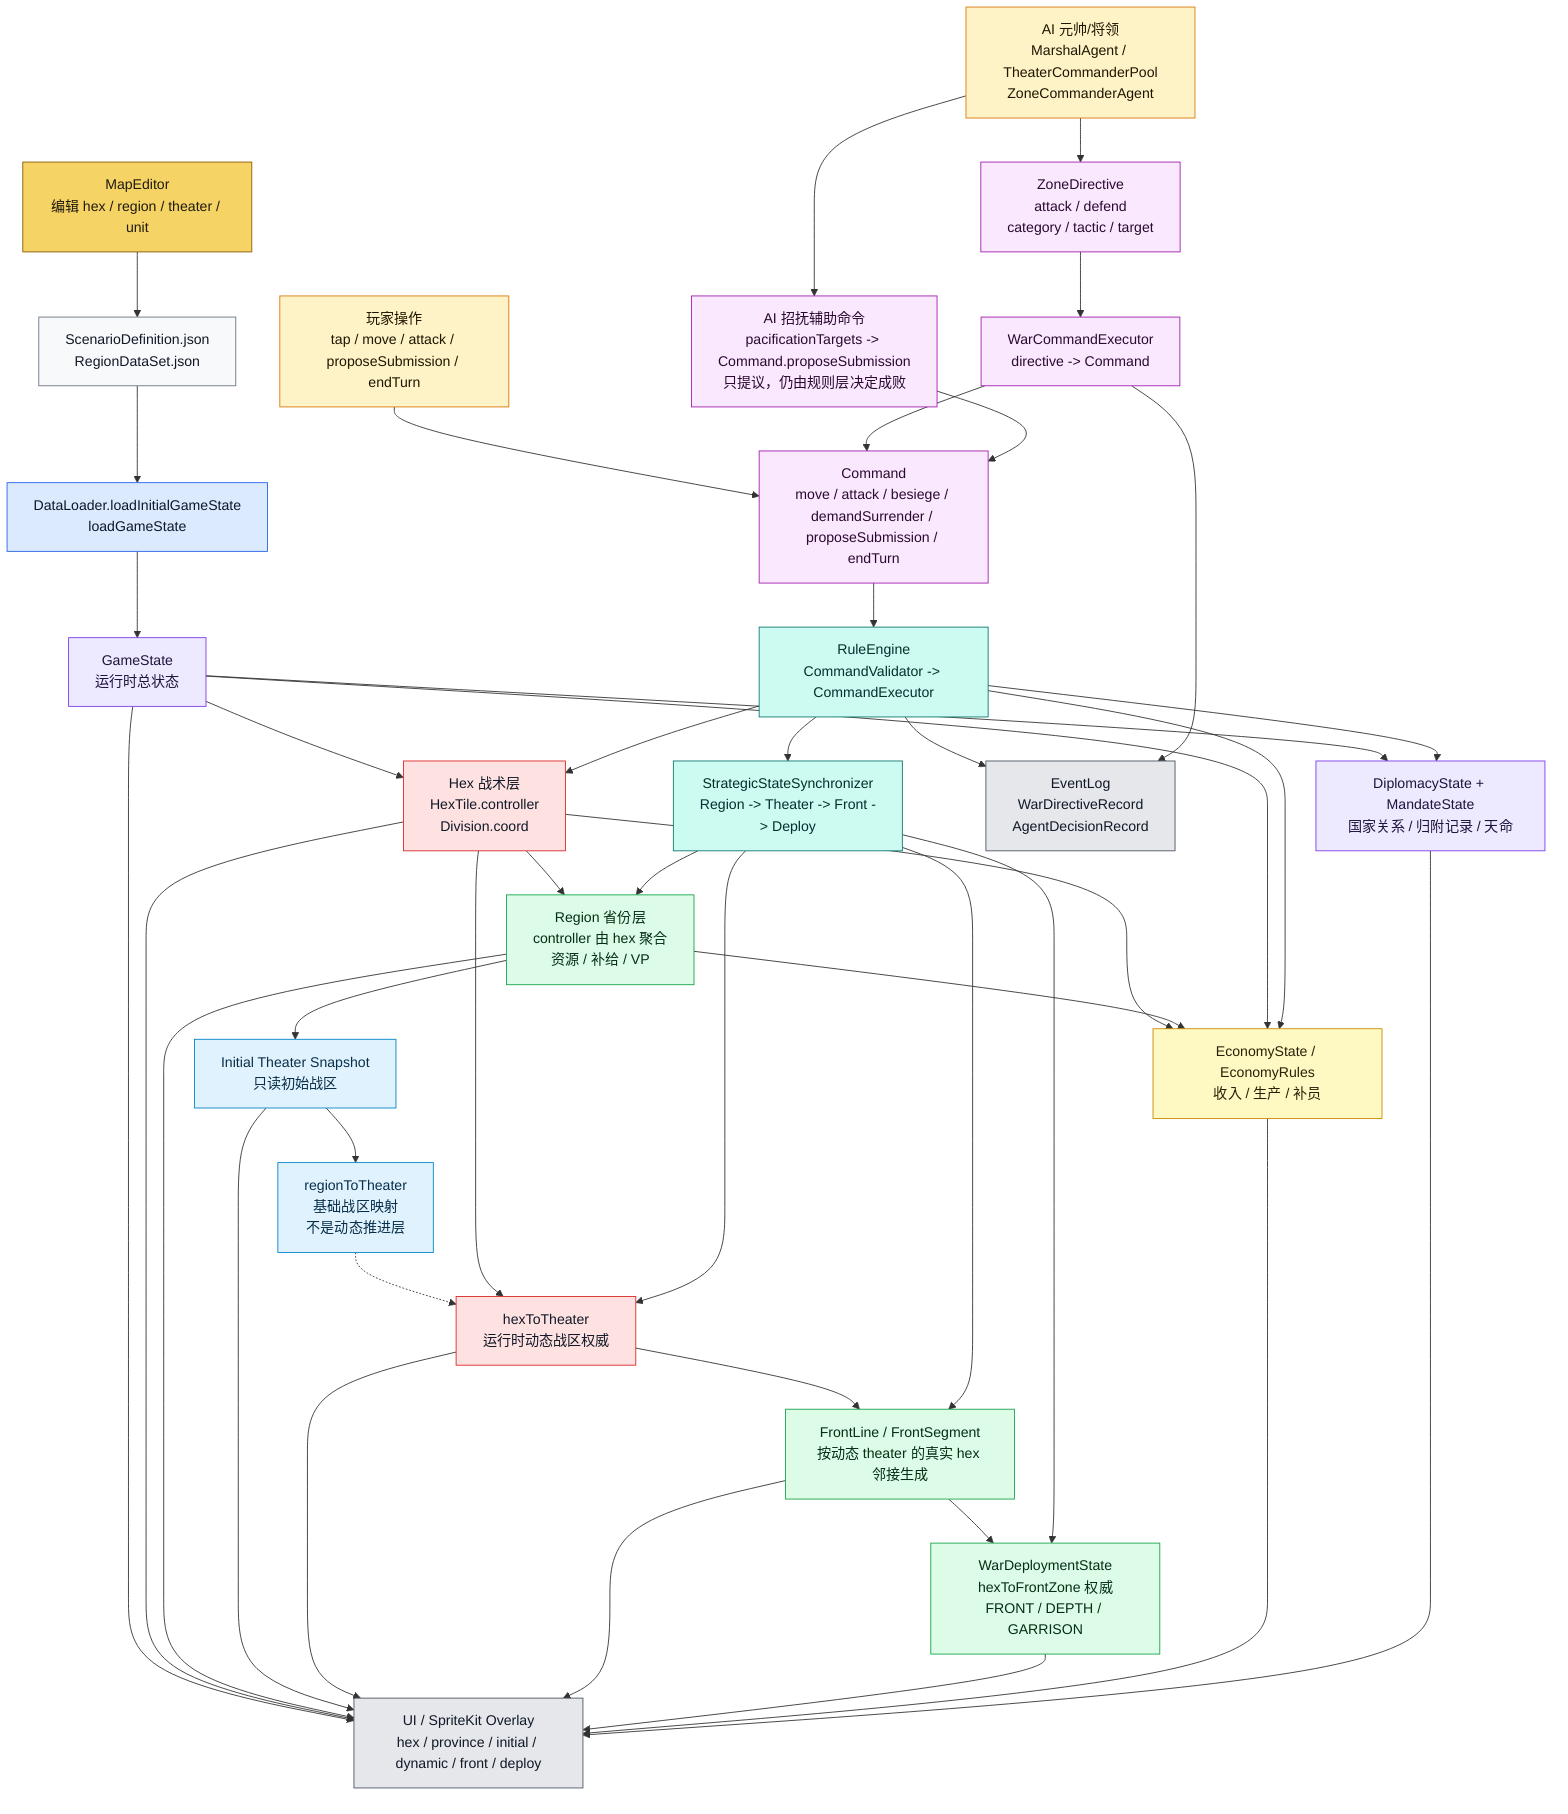
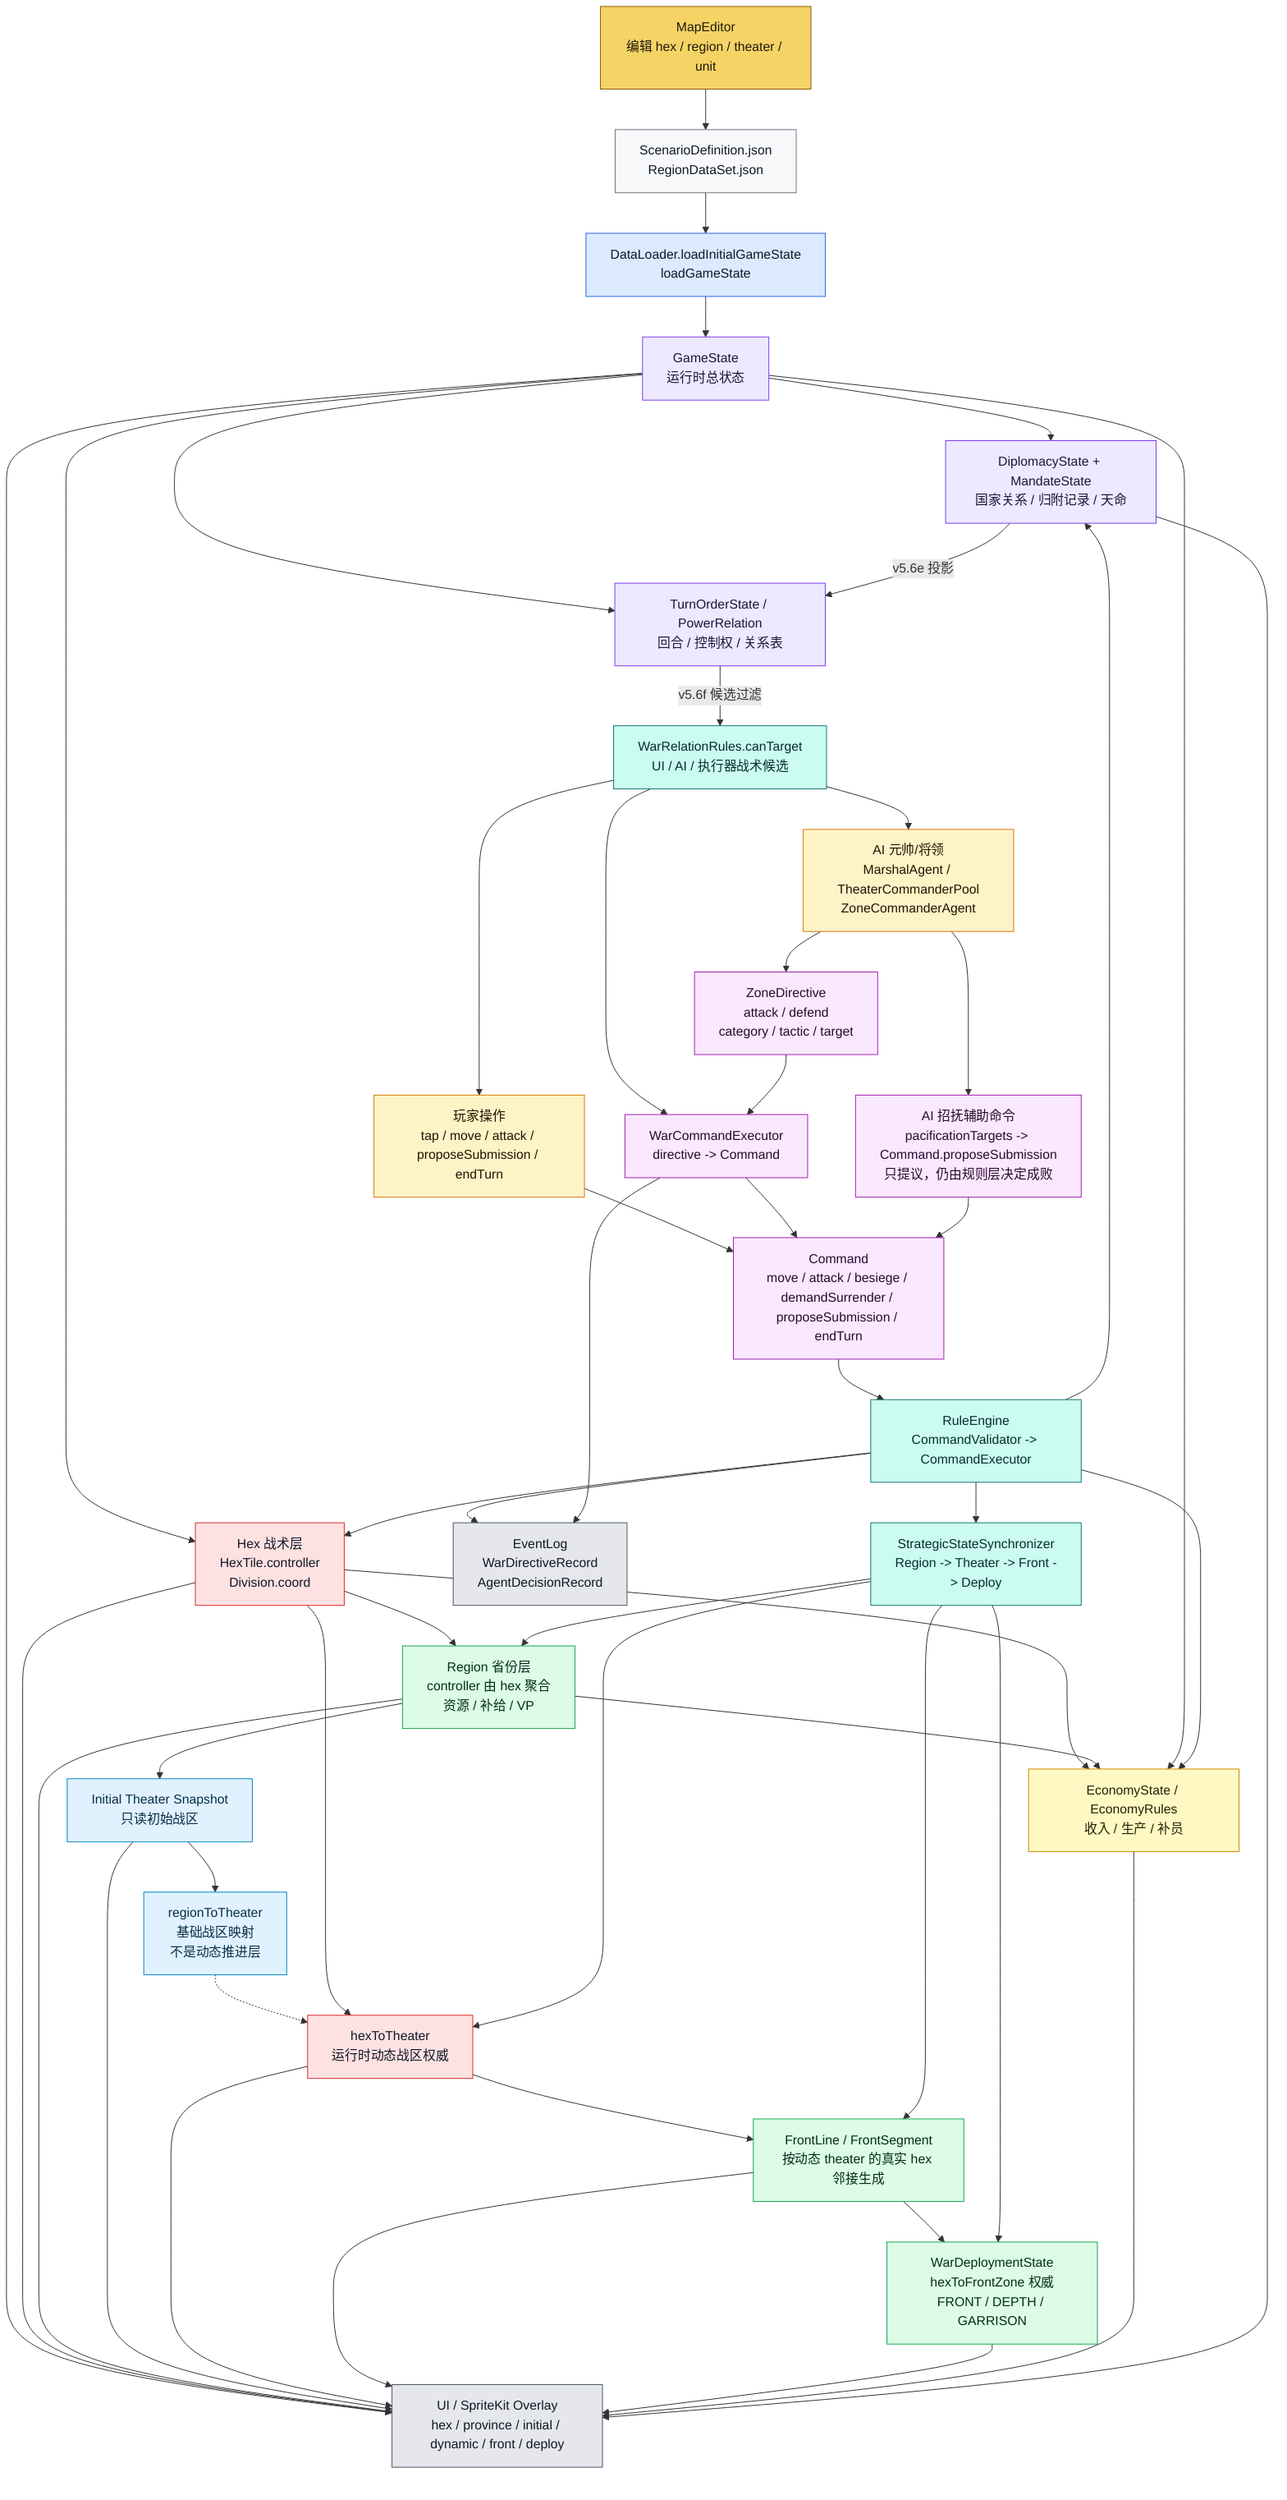
flowchart TD
    ME["MapEditor<br/>编辑 hex / region / theater / unit"]:::editor
    JSON["ScenarioDefinition.json<br/>RegionDataSet.json"]:::data
    DL["DataLoader.loadInitialGameState<br/>loadGameState"]:::loader
    GS["GameState<br/>运行时总状态"]:::state

    HEX["Hex 战术层<br/>HexTile.controller<br/>Division.coord"]:::authority
    REGION["Region 省份层<br/>controller 由 hex 聚合<br/>资源 / 补给 / VP"]:::derived
    INIT["Initial Theater Snapshot<br/>只读初始战区"]:::snapshot
    R2T["regionToTheater<br/>基础战区映射<br/>不是动态推进层"]:::snapshot
    H2T["hexToTheater<br/>运行时动态战区权威"]:::authority
    FRONT["FrontLine / FrontSegment<br/>按动态 theater 的真实 hex 邻接生成"]:::derived
    DEPLOY["WarDeploymentState<br/>hexToFrontZone 权威<br/>FRONT / DEPTH / GARRISON"]:::derived
    ECO["EconomyState / EconomyRules<br/>收入 / 生产 / 补员"]:::economy
    DIP["DiplomacyState + MandateState<br/>国家关系 / 归附记录 / 天命"]:::state
+     TURN["TurnOrderState / PowerRelation<br/>回合 / 控制权 / 关系表"]:::state
+     RELCAND["WarRelationRules.canTarget<br/>UI / AI / 执行器战术候选"]:::rules

    PLAYER["玩家操作<br/>tap / move / attack / proposeSubmission / endTurn"]:::input
    AI["AI 元帅/将领<br/>MarshalAgent / TheaterCommanderPool<br/>ZoneCommanderAgent"]:::input
    AIPAC["AI 招抚辅助命令<br/>pacificationTargets -> Command.proposeSubmission<br/>只提议，仍由规则层决定成败"]:::command
    ZD["ZoneDirective<br/>attack / defend<br/>category / tactic / target"]:::command
    WCE["WarCommandExecutor<br/>directive -> Command"]:::command
    CMD["Command<br/>move / attack / besiege / demandSurrender / proposeSubmission / endTurn"]:::command
    RE["RuleEngine<br/>CommandValidator -> CommandExecutor"]:::rules
    SYNC["StrategicStateSynchronizer<br/>Region -> Theater -> Front -> Deploy"]:::rules

    UI["UI / SpriteKit Overlay<br/>hex / province / initial / dynamic / front / deploy"]:::ui
    LOG["EventLog<br/>WarDirectiveRecord<br/>AgentDecisionRecord"]:::ui

    ME --> JSON --> DL --> GS
    GS --> HEX
    HEX --> REGION
    HEX --> ECO
    REGION --> ECO
    REGION --> INIT
    INIT --> R2T
    R2T -.-> H2T
    HEX --> H2T
    H2T --> FRONT --> DEPLOY
    GS --> ECO
    GS --> DIP
+     GS --> TURN
+     DIP -->|v5.6e 投影| TURN
+     TURN -->|v5.6f 候选过滤| RELCAND

    PLAYER --> CMD
+     RELCAND --> PLAYER
+     RELCAND --> AI
+     RELCAND --> WCE
    AI --> ZD --> WCE --> CMD
    AI --> AIPAC --> CMD
    CMD --> RE --> HEX
    RE --> ECO
    RE --> DIP
    RE --> SYNC
    SYNC --> REGION
    SYNC --> H2T
    SYNC --> FRONT
    SYNC --> DEPLOY

    GS --> UI
    HEX --> UI
    REGION --> UI
    INIT --> UI
    H2T --> UI
    FRONT --> UI
    DEPLOY --> UI
    ECO --> UI
    DIP --> UI
    RE --> LOG
    WCE --> LOG

    classDef editor fill:#f6d365,stroke:#8a5a00,color:#1f1b10
    classDef data fill:#f8f9fb,stroke:#6b7280,color:#111827
    classDef loader fill:#dbeafe,stroke:#2563eb,color:#0f172a
    classDef state fill:#ede9fe,stroke:#7c3aed,color:#1f143d
    classDef authority fill:#fee2e2,stroke:#dc2626,color:#111827
    classDef derived fill:#dcfce7,stroke:#16a34a,color:#052e16
    classDef snapshot fill:#e0f2fe,stroke:#0284c7,color:#082f49
    classDef input fill:#fef3c7,stroke:#d97706,color:#1f1600
    classDef economy fill:#fef9c3,stroke:#ca8a04,color:#292107
    classDef command fill:#fae8ff,stroke:#a21caf,color:#2a0a2f
    classDef rules fill:#ccfbf1,stroke:#0f766e,color:#042f2e
    classDef ui fill:#e5e7eb,stroke:#4b5563,color:#111827
